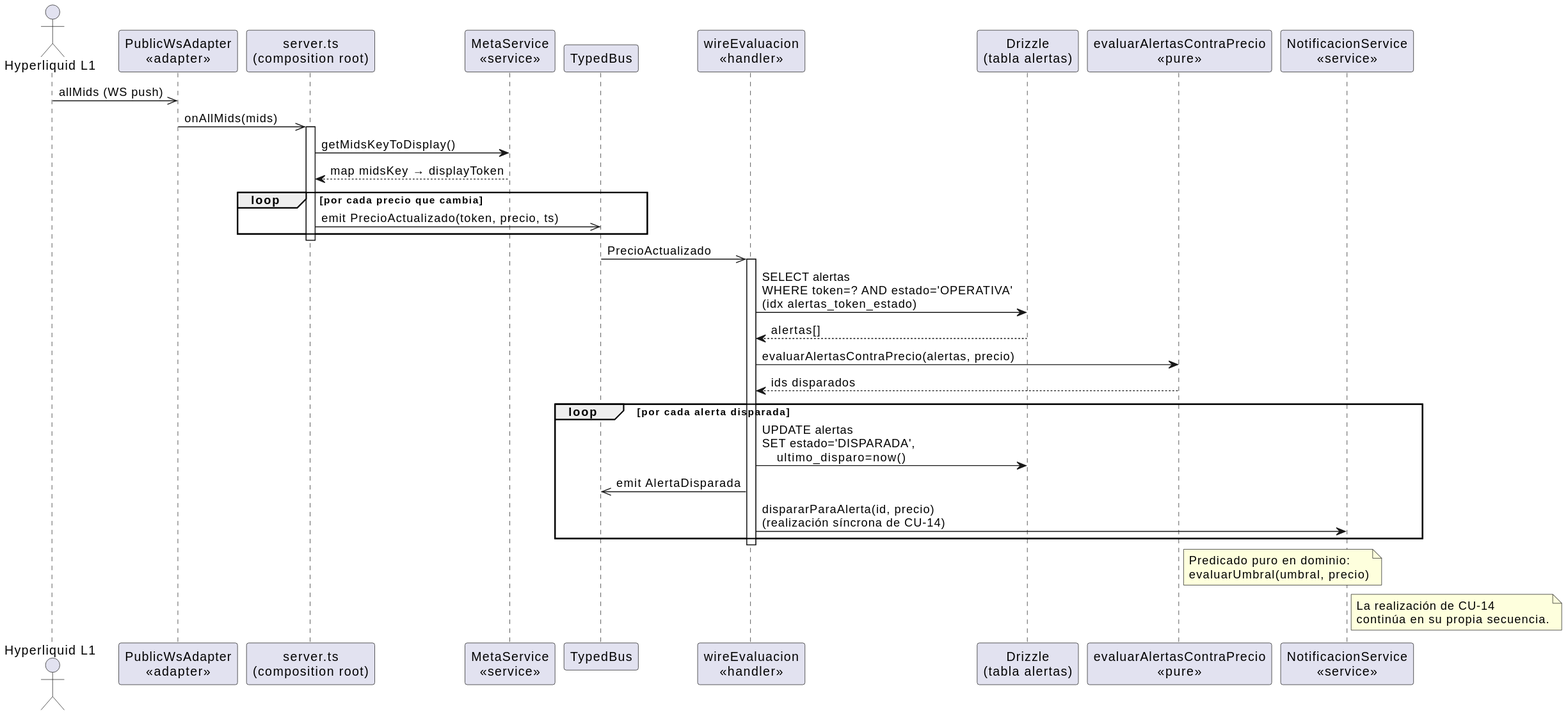
Earlier version of the PlantUML export imagenes/capitulo3/diseno-secuencia-CU-13.svg (nekiiiiis/tfg).
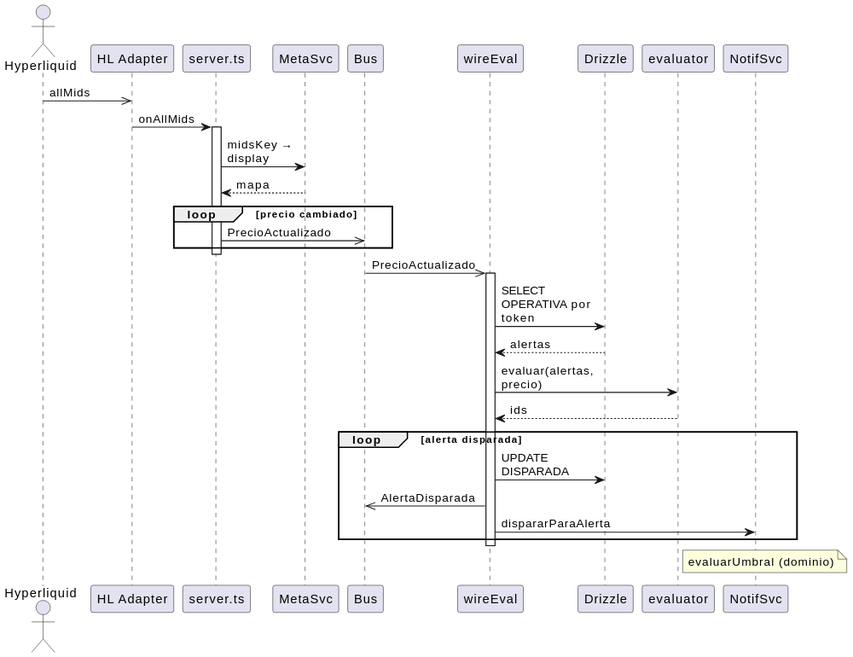
Above is the later version.

What changed in the source:
```diff
@@ -1,51 +1,42 @@
 @startuml
+scale 0.75
 skinparam shadowing false
+skinparam maxMessageSize 120
 
-actor "Hyperliquid L1" as HL
-participant "PublicWsAdapter\n<<adapter>>" as HLC
-participant "server.ts\n(composition root)" as ROOT
-participant "MetaService\n<<service>>" as META
-participant "TypedBus" as BUS
-participant "wireEvaluacion\n<<handler>>" as EV
-participant "Drizzle\n(tabla alertas)" as DB
-participant "evaluarAlertasContraPrecio\n<<pure>>" as PRED
-participant "NotificacionService\n<<service>>" as NS
+actor Hyperliquid as HL
+participant "HL Adapter" as HLC
+participant "server.ts" as ROOT
+participant "MetaSvc" as META
+participant "Bus" as BUS
+participant "wireEval" as EV
+participant "Drizzle" as DB
+participant "evaluator" as PRED
+participant "NotifSvc" as NS
 
-HL ->> HLC : allMids (WS push)
-HLC ->> ROOT : onAllMids(mids)
-
+HL ->> HLC : allMids
+HLC -> ROOT : onAllMids
 activate ROOT
-ROOT -> META : getMidsKeyToDisplay()
-META --> ROOT : map midsKey → displayToken
-loop por cada precio que cambia
-    ROOT ->> BUS : emit PrecioActualizado(token, precio, ts)
+ROOT -> META : midsKey → display
+META --> ROOT : mapa
+loop precio cambiado
+    ROOT ->> BUS : PrecioActualizado
 end
 deactivate ROOT
 
 BUS ->> EV : PrecioActualizado
 activate EV
-
-EV -> DB : SELECT alertas\nWHERE token=? AND estado='OPERATIVA'\n(idx alertas_token_estado)
-DB --> EV : alertas[]
-
-EV -> PRED : evaluarAlertasContraPrecio(alertas, precio)
-PRED --> EV : ids disparados
-
-loop por cada alerta disparada
-    EV -> DB : UPDATE alertas\nSET estado='DISPARADA',\n    ultimo_disparo=now()
-    EV ->> BUS : emit AlertaDisparada
-    EV -> NS : dispararParaAlerta(id, precio)\n(realización síncrona de CU-14)
+EV -> DB : SELECT OPERATIVA por token
+DB --> EV : alertas
+EV -> PRED : evaluar(alertas, precio)
+PRED --> EV : ids
+loop alerta disparada
+    EV -> DB : UPDATE DISPARADA
+    EV ->> BUS : AlertaDisparada
+    EV -> NS : dispararParaAlerta
 end
-
 deactivate EV
 
 note right of PRED
-  Predicado puro en dominio:
-  evaluarUmbral(umbral, precio)
-end note
-
-note right of NS
-  La realización de CU-14
-  continúa en su propia secuencia.
+  evaluarUmbral (dominio)
 end note
 @enduml
```
